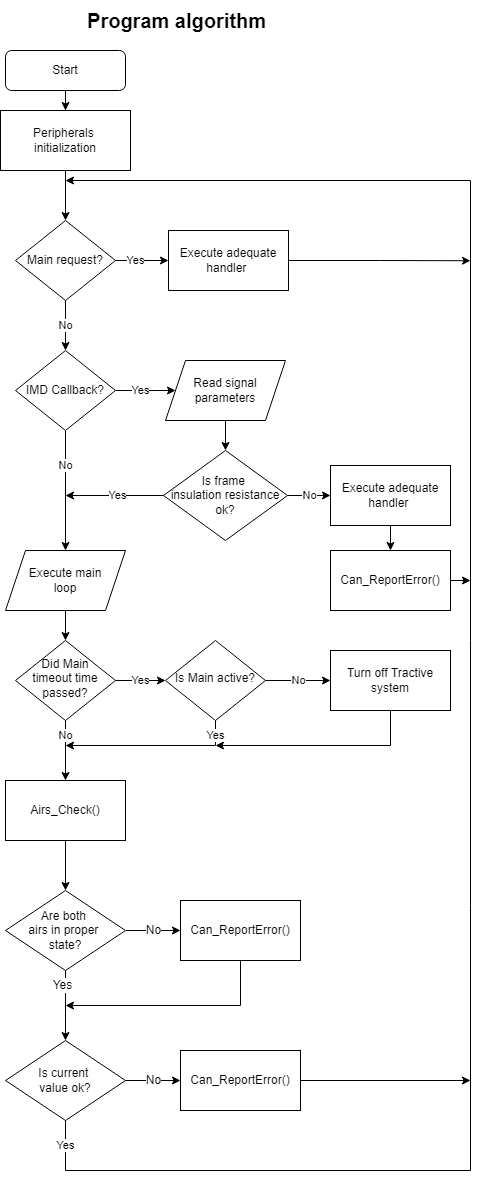
This is MCS_hv_algorithm.png from Mefiu1000/MCS_hv, a draw.io export, as it was before one commit. Source tidied: cells renumbered, new cells last; positions are measured from the earlier drawing's top-left corner, leaving out a move shared by most shapes.
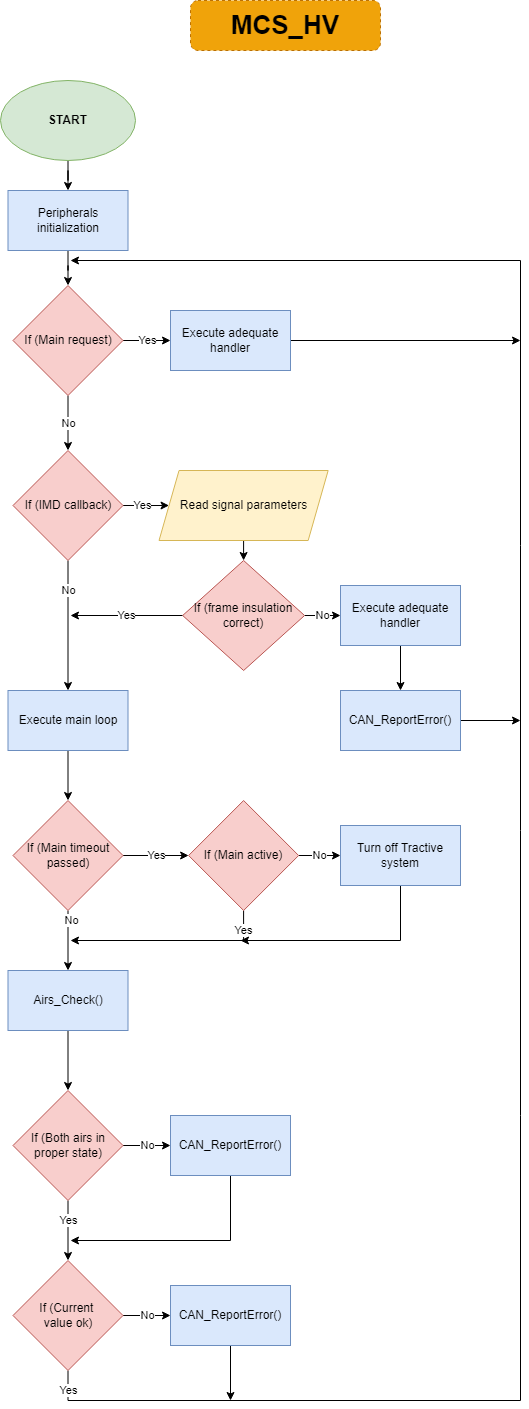
Above is the later version.

Commit message:
Block diagram

Change to the diagram source:
```diff
@@ -1,184 +1,172 @@
 <mxGraphModel>
   <root>
-    <mxCell id="0" />
-    <mxCell id="1" parent="0" />
-    <mxCell id="2" style="edgeStyle=orthogonalEdgeStyle;rounded=0;jettySize=auto;html=1;" parent="1" edge="1" source="3" target="9">
-      <mxGeometry relative="1" as="geometry" />
-    </mxCell>
-    <mxCell id="3" value="Start" style="rounded=1;whiteSpace=wrap;html=1;fontSize=12;glass=0;strokeWidth=1;shadow=0;" parent="1" vertex="1">
-      <mxGeometry x="5" y="50" width="120" height="40" as="geometry" />
-    </mxCell>
-    <mxCell id="4" value="Yes" style="edgeStyle=orthogonalEdgeStyle;rounded=0;jettySize=auto;html=1;" parent="1" edge="1" source="6" target="11">
-      <mxGeometry relative="1" as="geometry" />
-    </mxCell>
-    <mxCell id="5" value="No" style="edgeStyle=orthogonalEdgeStyle;rounded=0;orthogonalLoop=1;jettySize=auto;html=1;" parent="1" edge="1">
-      <mxGeometry x="-0.5" relative="1" as="geometry">
-        <mxPoint x="65" y="720" as="sourcePoint" />
-        <mxPoint x="65" y="780" as="targetPoint" />
-      </mxGeometry>
-    </mxCell>
-    <mxCell id="6" value="Did Main timeout time passed?" style="rhombus;whiteSpace=wrap;html=1;shadow=0;fontFamily=Helvetica;fontSize=12;align=center;strokeWidth=1;spacing=6;spacingTop=-4;" parent="1" vertex="1">
-      <mxGeometry x="15" y="640" width="100" height="80" as="geometry" />
-    </mxCell>
-    <mxCell id="7" value="&lt;font size=&quot;1&quot; style=&quot;&quot;&gt;&lt;b style=&quot;font-size: 20px;&quot;&gt;Program algorithm&lt;/b&gt;&lt;/font&gt;" style="text;html=1;align=center;verticalAlign=middle;" parent="1" vertex="1">
-      <mxGeometry x="76" width="200" height="40" as="geometry" />
-    </mxCell>
-    <mxCell id="8" style="edgeStyle=orthogonalEdgeStyle;rounded=0;jettySize=auto;html=1;" parent="1" edge="1" source="9" target="26">
-      <mxGeometry relative="1" as="geometry" />
-    </mxCell>
+    <mxCell id="48" />
+    <mxCell id="49" parent="48" />
+    <mxCell id="50" style="rounded=1;whiteSpace=wrap;html=1;fontSize=12;fillColor=#f0a30a;strokeColor=#BD7000;fontColor=#000000;dashed=1;" parent="49" vertex="1">
+      <mxGeometry x="152" y="-5" width="190" height="50" as="geometry" />
+    </mxCell>
+    <mxCell id="51" value="MCS_HV" style="text;html=1;strokeColor=none;fillColor=none;align=center;verticalAlign=middle;whiteSpace=wrap;rounded=0;fontSize=26;fontStyle=1;rotation=0;" parent="49" vertex="1">
+      <mxGeometry x="170.1" y="5" width="153.8" height="30" as="geometry" />
+    </mxCell>
+    <mxCell id="52" style="edgeStyle=orthogonalEdgeStyle;rounded=0;jettySize=auto;html=1;entryX=0.5;entryY=0;entryDx=0;entryDy=0;" parent="49" edge="1" source="53" target="9">
+      <mxGeometry relative="1" as="geometry" />
+    </mxCell>
+    <mxCell id="53" value="&lt;b&gt;START&lt;/b&gt;" style="ellipse;whiteSpace=wrap;html=1;fillColor=#d5e8d4;strokeColor=#82b366;" parent="49" vertex="1">
+      <mxGeometry x="-38" y="75" width="135" height="80" as="geometry" />
+    </mxCell>
+    <mxCell id="54" style="edgeStyle=orthogonalEdgeStyle;rounded=0;jettySize=auto;html=1;entryX=0.5;entryY=0;entryDx=0;entryDy=0;" parent="49" edge="1" source="9" target="58">
+      <mxGeometry relative="1" as="geometry" />
+    </mxCell>
-    <mxCell id="9" value="Peripherals &lt;br&gt;initialization" style="rounded=0;whiteSpace=wrap;html=1;" parent="1" vertex="1">
-      <mxGeometry y="110" width="130" height="60" as="geometry" />
+    <mxCell id="9" value="Peripherals&lt;br&gt;initialization" style="rounded=0;whiteSpace=wrap;html=1;fillColor=#dae8fc;strokeColor=#6c8ebf;" parent="49" vertex="1">
+      <mxGeometry x="-30.5" y="185" width="120" height="60" as="geometry" />
     </mxCell>
-    <mxCell id="10" value="No" style="edgeStyle=orthogonalEdgeStyle;rounded=0;jettySize=auto;html=1;" parent="1" edge="1" source="11" target="45">
-      <mxGeometry relative="1" as="geometry" />
-    </mxCell>
-    <mxCell id="11" value="Is Main active?" style="rhombus;whiteSpace=wrap;html=1;shadow=0;fontFamily=Helvetica;fontSize=12;align=center;strokeWidth=1;spacing=6;spacingTop=-4;" parent="1" vertex="1">
-      <mxGeometry x="165" y="640" width="100" height="80" as="geometry" />
-    </mxCell>
-    <mxCell id="12" style="edgeStyle=orthogonalEdgeStyle;rounded=0;jettySize=auto;html=1;fontSize=12;" parent="1" edge="1" source="13" target="16">
-      <mxGeometry relative="1" as="geometry" />
-    </mxCell>
+    <mxCell id="55" style="edgeStyle=orthogonalEdgeStyle;rounded=0;jettySize=auto;html=1;" parent="49" edge="1" source="34" target="66">
+      <mxGeometry relative="1" as="geometry" />
+    </mxCell>
+    <mxCell id="34" value="Read signal parameters" style="shape=parallelogram;perimeter=parallelogramPerimeter;whiteSpace=wrap;html=1;fixedSize=1;fillColor=#fff2cc;strokeColor=#d6b656;" parent="49" vertex="1">
+      <mxGeometry x="120.5" y="465" width="169.1" height="70" as="geometry" />
+    </mxCell>
+    <mxCell id="56" value="Yes" style="edgeStyle=orthogonalEdgeStyle;rounded=0;jettySize=auto;html=1;" parent="49" edge="1" source="58" target="63">
+      <mxGeometry relative="1" as="geometry" />
+    </mxCell>
+    <mxCell id="57" value="No" style="edgeStyle=orthogonalEdgeStyle;rounded=0;jettySize=auto;html=1;" parent="49" edge="1" source="58" target="61">
+      <mxGeometry relative="1" as="geometry" />
+    </mxCell>
+    <mxCell id="58" value="If (Main request)" style="rhombus;whiteSpace=wrap;html=1;fillColor=#f8cecc;strokeColor=#b85450;" parent="49" vertex="1">
+      <mxGeometry x="-25.5" y="280" width="110" height="110" as="geometry" />
+    </mxCell>
+    <mxCell id="59" value="Yes" style="edgeStyle=orthogonalEdgeStyle;rounded=0;jettySize=auto;html=1;" parent="49" edge="1" source="61" target="34">
+      <mxGeometry relative="1" as="geometry" />
+    </mxCell>
+    <mxCell id="60" value="No" style="edgeStyle=orthogonalEdgeStyle;rounded=0;jettySize=auto;html=1;" parent="49" edge="1" source="61" target="36">
+      <mxGeometry x="-0.54" relative="1" as="geometry" />
+    </mxCell>
+    <mxCell id="61" value="If (IMD callback)" style="rhombus;whiteSpace=wrap;html=1;fillColor=#f8cecc;strokeColor=#b85450;" parent="49" vertex="1">
+      <mxGeometry x="-25.5" y="445" width="110" height="110" as="geometry" />
+    </mxCell>
+    <mxCell id="62" style="edgeStyle=orthogonalEdgeStyle;rounded=0;jettySize=auto;html=1;" parent="49" edge="1" source="63">
+      <mxGeometry relative="1" as="geometry">
+        <mxPoint x="482" y="335" as="targetPoint" />
+      </mxGeometry>
+    </mxCell>
+    <mxCell id="63" value="Execute adequate handler" style="rounded=0;whiteSpace=wrap;html=1;fillColor=#dae8fc;strokeColor=#6c8ebf;" parent="49" vertex="1">
+      <mxGeometry x="132" y="305" width="120" height="60" as="geometry" />
+    </mxCell>
+    <mxCell id="64" value="No" style="edgeStyle=orthogonalEdgeStyle;rounded=0;jettySize=auto;html=1;" parent="49" edge="1" source="66" target="68">
+      <mxGeometry relative="1" as="geometry" />
+    </mxCell>
+    <mxCell id="65" value="Yes" style="edgeStyle=orthogonalEdgeStyle;rounded=0;jettySize=auto;html=1;" parent="49" edge="1" source="66">
+      <mxGeometry relative="1" as="geometry">
+        <mxPoint x="32" y="610" as="targetPoint" />
+      </mxGeometry>
+    </mxCell>
+    <mxCell id="66" value="If (frame insulation correct)" style="rhombus;whiteSpace=wrap;html=1;fillColor=#f8cecc;strokeColor=#b85450;" parent="49" vertex="1">
+      <mxGeometry x="144.2" y="555" width="121.9" height="110" as="geometry" />
+    </mxCell>
+    <mxCell id="67" style="edgeStyle=orthogonalEdgeStyle;rounded=0;jettySize=auto;html=1;" parent="49" edge="1" source="68" target="71">
+      <mxGeometry relative="1" as="geometry" />
+    </mxCell>
+    <mxCell id="68" value="Execute adequate handler" style="rounded=0;whiteSpace=wrap;html=1;fillColor=#dae8fc;strokeColor=#6c8ebf;" parent="49" vertex="1">
+      <mxGeometry x="302" y="580" width="120" height="60" as="geometry" />
+    </mxCell>
+    <mxCell id="69" style="edgeStyle=orthogonalEdgeStyle;rounded=0;jettySize=auto;html=1;" parent="49" edge="1" source="36" target="74">
+      <mxGeometry relative="1" as="geometry" />
+    </mxCell>
+    <mxCell id="36" value="Execute main loop" style="rounded=0;whiteSpace=wrap;html=1;fillColor=#dae8fc;strokeColor=#6c8ebf;" parent="49" vertex="1">
+      <mxGeometry x="-30.5" y="685" width="120" height="60" as="geometry" />
+    </mxCell>
+    <mxCell id="70" style="edgeStyle=orthogonalEdgeStyle;rounded=0;jettySize=auto;html=1;" parent="49" edge="1" source="71">
+      <mxGeometry relative="1" as="geometry">
+        <mxPoint x="482" y="715" as="targetPoint" />
+      </mxGeometry>
+    </mxCell>
+    <mxCell id="71" value="CAN_ReportError()" style="rounded=0;whiteSpace=wrap;html=1;fillColor=#dae8fc;strokeColor=#6c8ebf;" parent="49" vertex="1">
+      <mxGeometry x="302" y="685" width="120" height="60" as="geometry" />
+    </mxCell>
+    <mxCell id="72" value="Yes" style="edgeStyle=orthogonalEdgeStyle;rounded=0;jettySize=auto;html=1;" parent="49" edge="1" source="74" target="77">
+      <mxGeometry relative="1" as="geometry" />
+    </mxCell>
+    <mxCell id="73" value="No" style="edgeStyle=orthogonalEdgeStyle;rounded=0;jettySize=auto;html=1;" parent="49" edge="1" source="74" target="13">
+      <mxGeometry x="-0.67" y="3" relative="1" as="geometry" />
+    </mxCell>
+    <mxCell id="74" value="If (Main timeout passed)" style="rhombus;whiteSpace=wrap;html=1;fillColor=#f8cecc;strokeColor=#b85450;" parent="49" vertex="1">
+      <mxGeometry x="-25.5" y="795" width="110" height="110" as="geometry" />
+    </mxCell>
+    <mxCell id="75" value="No" style="edgeStyle=orthogonalEdgeStyle;rounded=0;jettySize=auto;html=1;" parent="49" edge="1" source="77" target="45">
+      <mxGeometry relative="1" as="geometry" />
+    </mxCell>
+    <mxCell id="76" value="Yes" style="edgeStyle=orthogonalEdgeStyle;rounded=0;jettySize=auto;html=1;" parent="49" edge="1" source="77">
+      <mxGeometry x="-0.8" relative="1" as="geometry">
+        <mxPoint x="32" y="935" as="targetPoint" />
+        <Array as="points">
+          <mxPoint x="205" y="935" />
+          <mxPoint x="32" y="935" />
+        </Array>
+      </mxGeometry>
+    </mxCell>
+    <mxCell id="77" value="If (Main active)" style="rhombus;whiteSpace=wrap;html=1;fillColor=#f8cecc;strokeColor=#b85450;" parent="49" vertex="1">
+      <mxGeometry x="150.1" y="795" width="110" height="110" as="geometry" />
+    </mxCell>
+    <mxCell id="78" style="edgeStyle=orthogonalEdgeStyle;rounded=0;jettySize=auto;html=1;" parent="49" edge="1" source="45">
+      <mxGeometry relative="1" as="geometry">
+        <mxPoint x="202" y="935" as="targetPoint" />
+        <Array as="points">
+          <mxPoint x="362" y="935" />
+        </Array>
+      </mxGeometry>
+    </mxCell>
+    <mxCell id="45" value="Turn off Tractive system" style="rounded=0;whiteSpace=wrap;html=1;fillColor=#dae8fc;strokeColor=#6c8ebf;" parent="49" vertex="1">
+      <mxGeometry x="302" y="820" width="120" height="60" as="geometry" />
+    </mxCell>
+    <mxCell id="79" style="edgeStyle=orthogonalEdgeStyle;rounded=0;jettySize=auto;html=1;" parent="49" edge="1" source="13" target="82">
+      <mxGeometry relative="1" as="geometry" />
+    </mxCell>
-    <mxCell id="13" value="Airs_Check()" style="rounded=0;whiteSpace=wrap;html=1;" parent="1" vertex="1">
-      <mxGeometry x="5" y="780" width="120" height="60" as="geometry" />
+    <mxCell id="13" value="Airs_Check()" style="rounded=0;whiteSpace=wrap;html=1;fillColor=#dae8fc;strokeColor=#6c8ebf;" parent="49" vertex="1">
+      <mxGeometry x="-30.5" y="965" width="120" height="60" as="geometry" />
     </mxCell>
-    <mxCell id="14" value="No" style="edgeStyle=orthogonalEdgeStyle;rounded=0;jettySize=auto;html=1;fontSize=12;" parent="1" edge="1" source="16" target="17">
-      <mxGeometry relative="1" as="geometry" />
-    </mxCell>
-    <mxCell id="15" value="Yes" style="edgeStyle=orthogonalEdgeStyle;rounded=0;jettySize=auto;html=1;fontSize=12;" parent="1" edge="1" source="16" target="19">
-      <mxGeometry x="-0.57" y="-3" relative="1" as="geometry" />
-    </mxCell>
-    <mxCell id="16" value="Are both &lt;br&gt;airs in proper &lt;br&gt;state?" style="rhombus;whiteSpace=wrap;html=1;" parent="1" vertex="1">
-      <mxGeometry x="5" y="890" width="120" height="80" as="geometry" />
-    </mxCell>
-    <mxCell id="17" value="Can_ReportError()" style="rounded=0;whiteSpace=wrap;html=1;" parent="1" vertex="1">
-      <mxGeometry x="180" y="900" width="120" height="60" as="geometry" />
-    </mxCell>
-    <mxCell id="18" value="No" style="edgeStyle=orthogonalEdgeStyle;rounded=0;jettySize=auto;html=1;fontSize=12;" parent="1" edge="1" source="19" target="21">
-      <mxGeometry relative="1" as="geometry" />
-    </mxCell>
-    <mxCell id="19" value="Is current &lt;br&gt;value ok?" style="rhombus;whiteSpace=wrap;html=1;" parent="1" vertex="1">
-      <mxGeometry x="5" y="1040" width="120" height="80" as="geometry" />
-    </mxCell>
-    <mxCell id="20" style="edgeStyle=orthogonalEdgeStyle;rounded=0;jettySize=auto;html=1;" parent="1" edge="1" source="21">
-      <mxGeometry relative="1" as="geometry">
-        <mxPoint x="470" y="1080" as="targetPoint" />
-      </mxGeometry>
-    </mxCell>
-    <mxCell id="21" value="Can_ReportError()" style="rounded=0;whiteSpace=wrap;html=1;" parent="1" vertex="1">
-      <mxGeometry x="180" y="1050" width="120" height="60" as="geometry" />
-    </mxCell>
-    <mxCell id="22" value="Yes" style="endArrow=none;html=1;rounded=0;" parent="1" edge="1">
-      <mxGeometry relative="1" as="geometry">
-        <mxPoint x="65" y="1170" as="sourcePoint" />
-        <mxPoint x="65" y="1120" as="targetPoint" />
-      </mxGeometry>
-    </mxCell>
-    <mxCell id="23" style="endArrow=classic;html=1;rounded=0;" parent="1" edge="1">
-      <mxGeometry relative="1" as="geometry">
-        <mxPoint x="470" y="1170" as="sourcePoint" />
-        <mxPoint x="65" y="180" as="targetPoint" />
-        <Array as="points">
-          <mxPoint x="470" y="640" />
-          <mxPoint x="470" y="180" />
-        </Array>
-      </mxGeometry>
-    </mxCell>
-    <mxCell id="24" value="Yes" style="edgeStyle=orthogonalEdgeStyle;rounded=0;jettySize=auto;html=1;entryX=0;entryY=0.5;entryDx=0;entryDy=0;" parent="1" edge="1" source="26" target="28">
-      <mxGeometry x="-0.23" relative="1" as="geometry" />
-    </mxCell>
-    <mxCell id="25" value="No" style="edgeStyle=orthogonalEdgeStyle;rounded=0;jettySize=auto;html=1;entryX=0.5;entryY=0;entryDx=0;entryDy=0;" parent="1" edge="1" source="26" target="32">
-      <mxGeometry relative="1" as="geometry" />
-    </mxCell>
-    <mxCell id="26" value="Main request?" style="rhombus;whiteSpace=wrap;html=1;" parent="1" vertex="1">
-      <mxGeometry x="15" y="220" width="100" height="80" as="geometry" />
-    </mxCell>
-    <mxCell id="27" style="edgeStyle=orthogonalEdgeStyle;rounded=0;jettySize=auto;html=1;exitX=1;exitY=0.5;exitDx=0;exitDy=0;" parent="1" edge="1" source="28">
-      <mxGeometry relative="1" as="geometry">
-        <mxPoint x="470" y="260.2" as="targetPoint" />
-      </mxGeometry>
-    </mxCell>
-    <mxCell id="28" value="Execute adequate handler&amp;nbsp;" style="rounded=0;whiteSpace=wrap;html=1;" parent="1" vertex="1">
-      <mxGeometry x="168" y="230" width="120" height="60" as="geometry" />
-    </mxCell>
-    <mxCell id="29" style="endArrow=none;html=1;rounded=0;" parent="1" edge="1">
-      <mxGeometry relative="1" as="geometry">
-        <mxPoint x="65" y="1170" as="sourcePoint" />
-        <mxPoint x="470" y="1170" as="targetPoint" />
-      </mxGeometry>
-    </mxCell>
-    <mxCell id="30" value="No" style="edgeStyle=orthogonalEdgeStyle;rounded=0;jettySize=auto;html=1;" parent="1" edge="1" source="32" target="36">
-      <mxGeometry x="-0.42" relative="1" as="geometry" />
-    </mxCell>
-    <mxCell id="31" value="Yes" style="edgeStyle=orthogonalEdgeStyle;rounded=0;jettySize=auto;html=1;" parent="1" edge="1" source="32" target="34">
-      <mxGeometry x="-0.17" relative="1" as="geometry" />
-    </mxCell>
-    <mxCell id="32" value="IMD Callback?" style="rhombus;whiteSpace=wrap;html=1;" parent="1" vertex="1">
-      <mxGeometry x="15" y="350" width="100" height="80" as="geometry" />
-    </mxCell>
-    <mxCell id="33" style="edgeStyle=orthogonalEdgeStyle;rounded=0;jettySize=auto;html=1;" parent="1" edge="1" source="34" target="39">
-      <mxGeometry relative="1" as="geometry" />
-    </mxCell>
-    <mxCell id="34" value="Read signal&lt;br&gt;parameters" style="shape=parallelogram;perimeter=parallelogramPerimeter;whiteSpace=wrap;html=1;fixedSize=1;" parent="1" vertex="1">
-      <mxGeometry x="165" y="360" width="120" height="60" as="geometry" />
-    </mxCell>
-    <mxCell id="35" style="edgeStyle=orthogonalEdgeStyle;rounded=0;jettySize=auto;html=1;" parent="1" edge="1" source="36" target="6">
-      <mxGeometry relative="1" as="geometry" />
-    </mxCell>
-    <mxCell id="36" value="Execute main&lt;br&gt;loop" style="shape=parallelogram;perimeter=parallelogramPerimeter;whiteSpace=wrap;html=1;fixedSize=1;" parent="1" vertex="1">
-      <mxGeometry x="5" y="550" width="120" height="60" as="geometry" />
-    </mxCell>
-    <mxCell id="37" value="Yes" style="edgeStyle=orthogonalEdgeStyle;rounded=0;jettySize=auto;html=1;exitX=0;exitY=0.5;exitDx=0;exitDy=0;" parent="1" edge="1" source="39">
-      <mxGeometry x="-0.07" relative="1" as="geometry">
-        <mxPoint x="65" y="495" as="targetPoint" />
-      </mxGeometry>
-    </mxCell>
-    <mxCell id="38" value="No" style="edgeStyle=orthogonalEdgeStyle;rounded=0;jettySize=auto;html=1;" parent="1" edge="1" source="39" target="41">
-      <mxGeometry relative="1" as="geometry" />
-    </mxCell>
-    <mxCell id="39" value="Is frame &lt;br&gt;insulation resistance ok?" style="rhombus;whiteSpace=wrap;html=1;" parent="1" vertex="1">
-      <mxGeometry x="163" y="450" width="124" height="90" as="geometry" />
-    </mxCell>
-    <mxCell id="40" style="edgeStyle=orthogonalEdgeStyle;rounded=0;jettySize=auto;html=1;" parent="1" edge="1" source="41" target="43">
-      <mxGeometry relative="1" as="geometry" />
-    </mxCell>
-    <mxCell id="41" value="Execute adequate handler&amp;nbsp;" style="whiteSpace=wrap;html=1;" parent="1" vertex="1">
-      <mxGeometry x="330" y="465" width="120" height="60" as="geometry" />
-    </mxCell>
-    <mxCell id="42" style="edgeStyle=orthogonalEdgeStyle;rounded=0;jettySize=auto;html=1;exitX=1;exitY=0.5;exitDx=0;exitDy=0;" parent="1" edge="1" source="43">
-      <mxGeometry relative="1" as="geometry">
-        <mxPoint x="470" y="580.1" as="targetPoint" />
-      </mxGeometry>
-    </mxCell>
-    <mxCell id="43" value="Can_ReportError()" style="rounded=0;whiteSpace=wrap;html=1;" parent="1" vertex="1">
-      <mxGeometry x="330" y="550" width="120" height="60" as="geometry" />
-    </mxCell>
-    <mxCell id="44" style="edgeStyle=orthogonalEdgeStyle;rounded=0;jettySize=auto;html=1;exitX=0.5;exitY=1;exitDx=0;exitDy=0;" parent="1" edge="1" source="45">
-      <mxGeometry relative="1" as="geometry">
-        <mxPoint x="215" y="745" as="targetPoint" />
-        <Array as="points">
-          <mxPoint x="390" y="745" />
-        </Array>
-      </mxGeometry>
-    </mxCell>
-    <mxCell id="45" value="Turn off Tractive system" style="rounded=0;whiteSpace=wrap;html=1;" parent="1" vertex="1">
-      <mxGeometry x="330" y="650" width="120" height="60" as="geometry" />
-    </mxCell>
-    <mxCell id="46" value="Yes" style="endArrow=classic;html=1;rounded=0;exitX=0.5;exitY=1;exitDx=0;exitDy=0;" parent="1" edge="1" source="11">
-      <mxGeometry x="-0.83" relative="1" as="geometry">
-        <mxPoint x="65" y="745" as="targetPoint" />
-        <Array as="points">
-          <mxPoint x="215" y="745" />
-        </Array>
-      </mxGeometry>
-    </mxCell>
-    <mxCell id="47" style="endArrow=classic;html=1;rounded=0;fontSize=12;exitX=0.5;exitY=1;exitDx=0;exitDy=0;" parent="1" edge="1">
-      <mxGeometry relative="1" as="geometry">
-        <mxPoint x="240" y="960" as="sourcePoint" />
-        <mxPoint x="65" y="1005" as="targetPoint" />
-        <Array as="points">
-          <mxPoint x="240" y="1005" />
-        </Array>
-      </mxGeometry>
-    </mxCell>
+    <mxCell id="80" value="No" style="edgeStyle=orthogonalEdgeStyle;rounded=0;jettySize=auto;html=1;" parent="49" edge="1" source="82" target="84">
+      <mxGeometry relative="1" as="geometry" />
+    </mxCell>
+    <mxCell id="81" value="Yes" style="edgeStyle=orthogonalEdgeStyle;rounded=0;jettySize=auto;html=1;" parent="49" edge="1" source="82" target="87">
+      <mxGeometry x="-0.33" relative="1" as="geometry" />
+    </mxCell>
+    <mxCell id="82" value="If (Both airs in proper state)" style="rhombus;whiteSpace=wrap;html=1;fillColor=#f8cecc;strokeColor=#b85450;" parent="49" vertex="1">
+      <mxGeometry x="-25.5" y="1085" width="110" height="110" as="geometry" />
+    </mxCell>
+    <mxCell id="83" style="edgeStyle=orthogonalEdgeStyle;rounded=0;jettySize=auto;html=1;" parent="49" edge="1" source="84">
+      <mxGeometry relative="1" as="geometry">
+        <mxPoint x="32" y="1235" as="targetPoint" />
+        <Array as="points">
+          <mxPoint x="192" y="1235" />
+        </Array>
+      </mxGeometry>
+    </mxCell>
+    <mxCell id="84" value="CAN_ReportError()" style="rounded=0;whiteSpace=wrap;html=1;fillColor=#dae8fc;strokeColor=#6c8ebf;" parent="49" vertex="1">
+      <mxGeometry x="132" y="1110" width="120" height="60" as="geometry" />
+    </mxCell>
+    <mxCell id="85" value="No" style="edgeStyle=orthogonalEdgeStyle;rounded=0;jettySize=auto;html=1;" parent="49" edge="1" source="87" target="89">
+      <mxGeometry relative="1" as="geometry" />
+    </mxCell>
+    <mxCell id="86" value="Yes" style="edgeStyle=orthogonalEdgeStyle;rounded=0;jettySize=auto;html=1;" parent="49" edge="1" source="87">
+      <mxGeometry x="-0.98" relative="1" as="geometry">
+        <mxPoint x="32" y="255" as="targetPoint" />
+        <Array as="points">
+          <mxPoint x="30" y="1395" />
+          <mxPoint x="482" y="1395" />
+          <mxPoint x="482" y="255" />
+        </Array>
+      </mxGeometry>
+    </mxCell>
+    <mxCell id="87" value="If (Current &lt;br&gt;value ok)" style="rhombus;whiteSpace=wrap;html=1;fillColor=#f8cecc;strokeColor=#b85450;" parent="49" vertex="1">
+      <mxGeometry x="-25.5" y="1255" width="110" height="110" as="geometry" />
+    </mxCell>
+    <mxCell id="88" style="edgeStyle=orthogonalEdgeStyle;rounded=0;jettySize=auto;html=1;" parent="49" edge="1" source="89">
+      <mxGeometry relative="1" as="geometry">
+        <mxPoint x="192" y="1395" as="targetPoint" />
+      </mxGeometry>
+    </mxCell>
+    <mxCell id="89" value="CAN_ReportError()" style="rounded=0;whiteSpace=wrap;html=1;fillColor=#dae8fc;strokeColor=#6c8ebf;" parent="49" vertex="1">
+      <mxGeometry x="132" y="1280" width="120" height="60" as="geometry" />
+    </mxCell>
   </root>
 </mxGraphModel>
```
